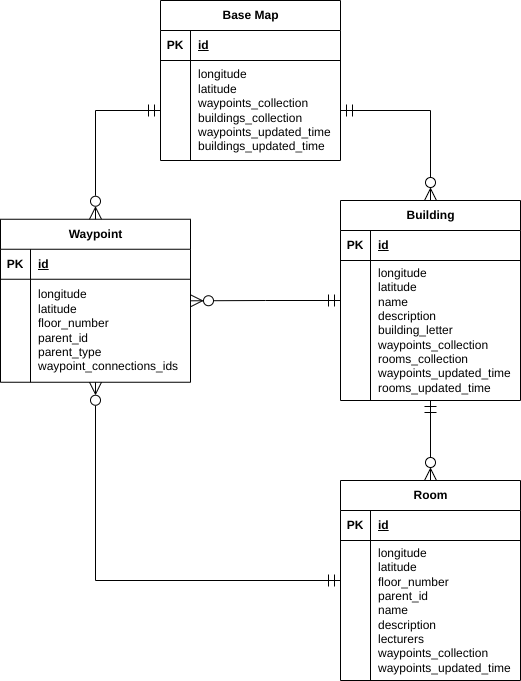
Before: graphs/DatabaseDiagram.drawio.png, a diagram exported from draw.io (NotYetTerminal/Interactive-Map-SETU-Carlow). Source tidied: cells renumbered, new cells last; positions are measured from the earlier drawing's top-left corner, leaving out a move shared by most shapes.
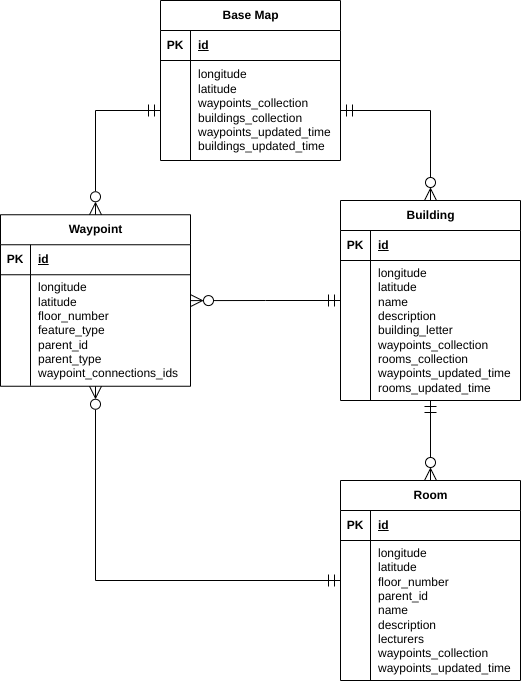
Above is the later version.

Commit message:
Added waypoint feature to Design

The edit, as a diff of the source:
```diff
@@ -24,7 +24,7 @@
       <mxGeometry x="30" width="150" height="100" as="geometry" />
     </mxCell>
     <mxCell id="9" value="Waypoint" style="shape=table;startSize=30;rowLines=0;fontStyle=1;align=center;html=1;" parent="1" vertex="1">
-      <mxGeometry y="218.8" width="190" height="163" as="geometry" />
+      <mxGeometry y="214.2" width="190" height="171.5" as="geometry" />
     </mxCell>
     <mxCell id="10" style="shape=tableRow;horizontal=0;startSize=0;swimlaneHead=0;swimlaneBody=0;fillColor=none;top=0;left=0;right=0;bottom=1;" parent="9" vertex="1">
       <mxGeometry y="30" width="190" height="30" as="geometry" />
@@ -36,13 +36,13 @@
       <mxGeometry x="30" width="160" height="30" as="geometry" />
     </mxCell>
     <mxCell id="13" style="shape=tableRow;horizontal=0;startSize=0;swimlaneHead=0;swimlaneBody=0;fillColor=none;top=0;left=0;right=0;bottom=0;" parent="9" vertex="1">
-      <mxGeometry y="60" width="190" height="103" as="geometry" />
+      <mxGeometry y="60" width="190" height="111" as="geometry" />
     </mxCell>
     <mxCell id="14" style="shape=partialRectangle;fillColor=none;top=0;left=0;bottom=0;right=0;overflow=hidden;whiteSpace=wrap;html=1;" parent="13" vertex="1">
-      <mxGeometry width="30" height="103" as="geometry" />
+      <mxGeometry width="30" height="111" as="geometry" />
     </mxCell>
-    <mxCell id="15" value="&lt;div&gt;longitude&lt;/div&gt;&lt;div&gt;latitude&lt;br&gt;&lt;/div&gt;&lt;div&gt;floor_number&lt;/div&gt;&lt;div&gt;parent_id&lt;/div&gt;&lt;div&gt;parent_type&lt;/div&gt;&lt;div&gt;waypoint_connections_ids&lt;/div&gt;" style="shape=partialRectangle;fillColor=none;top=0;left=0;bottom=0;right=0;align=left;spacingLeft=6;overflow=hidden;whiteSpace=wrap;html=1;" parent="13" vertex="1">
-      <mxGeometry x="30" width="160" height="103" as="geometry" />
+    <mxCell id="15" value="&lt;div&gt;longitude&lt;/div&gt;&lt;div&gt;latitude&lt;br&gt;&lt;/div&gt;&lt;div&gt;floor_number&lt;/div&gt;&lt;div&gt;feature_type&lt;/div&gt;&lt;div&gt;parent_id&lt;/div&gt;&lt;div&gt;parent_type&lt;/div&gt;&lt;div&gt;waypoint_connections_ids&lt;/div&gt;" style="shape=partialRectangle;fillColor=none;top=0;left=0;bottom=0;right=0;align=left;spacingLeft=6;overflow=hidden;whiteSpace=wrap;html=1;" parent="13" vertex="1">
+      <mxGeometry x="30" width="160" height="111" as="geometry" />
     </mxCell>
     <mxCell id="16" value="Room" style="shape=table;startSize=30;rowLines=0;fontStyle=1;align=center;html=1;" parent="1" vertex="1">
       <mxGeometry x="340" y="480" width="180" height="200" as="geometry" />
```
